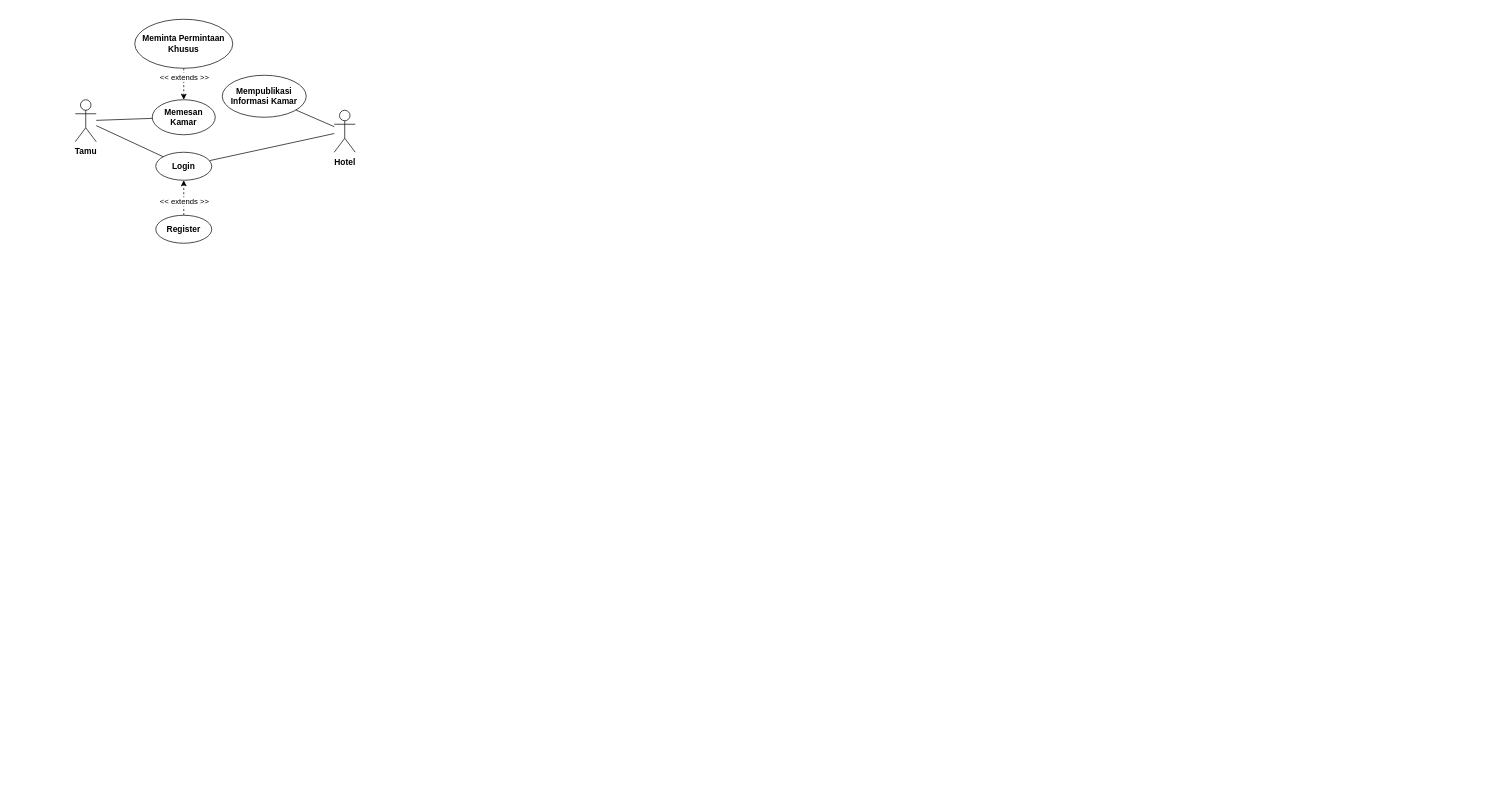
Before: prak6-aps.drawio in ahmrh/diagrams.net, a draw.io diagram. Source tidied: cells renumbered, new cells numbered last; positions are measured from the earlier drawing's top-left corner, leaving out a move shared by most shapes. Both pictures are drawn from the tidied source at 70%, with x=0, y=0 at pixel (75, 19).
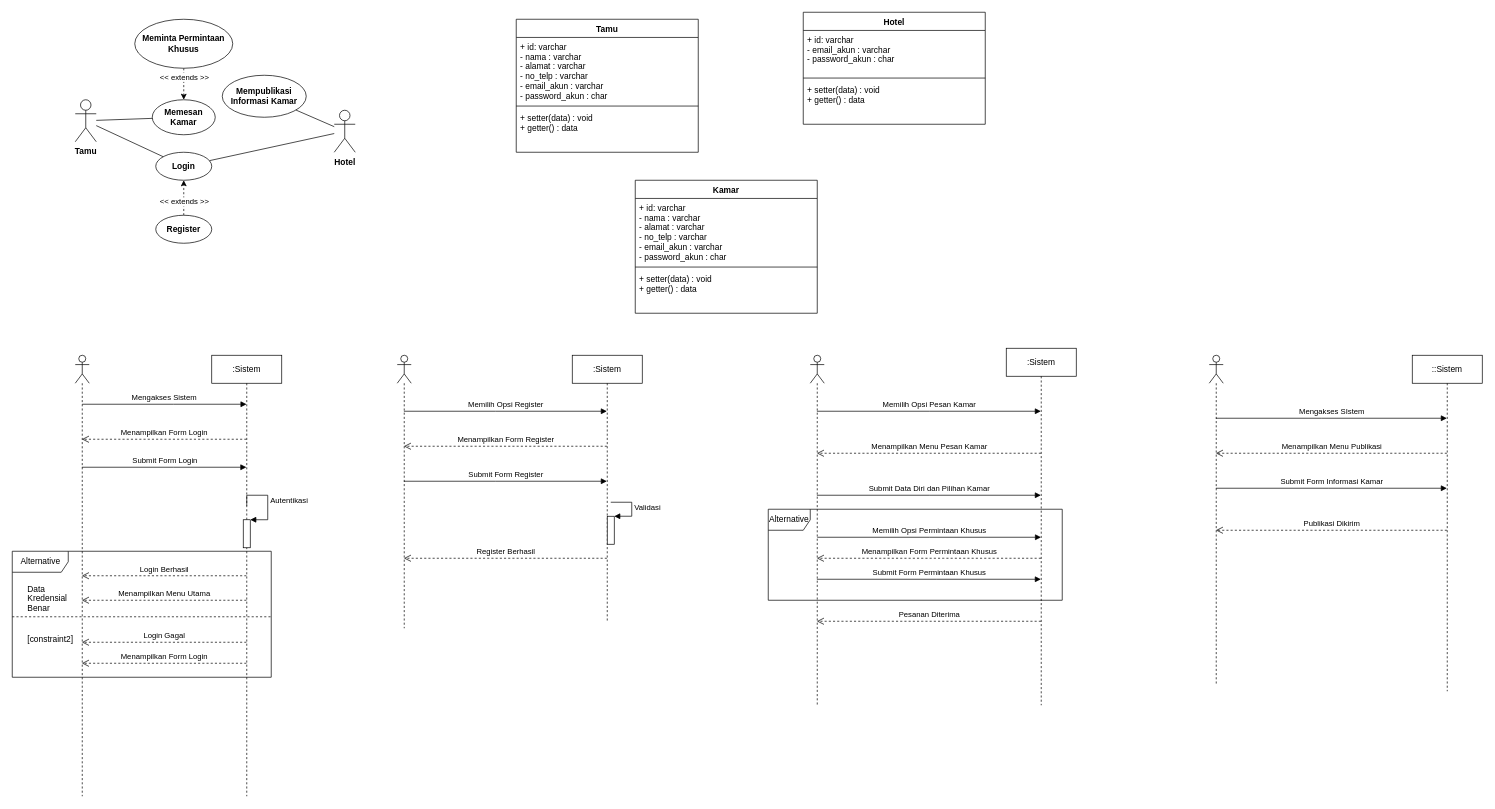
Above is the later version.

Change to the diagram source:
```diff
@@
+    <mxCell id="17" style="shape=umlLifeline;participant=umlActor;perimeter=lifelinePerimeter;whiteSpace=wrap;html=1;verticalAlign=top;spacingTop=36;outlineConnect=0;" parent="1" vertex="1">
+      <mxGeometry y="480" width="20" height="630" as="geometry" />
+    </mxCell>
+    <mxCell id="18" value=":Sistem" style="shape=umlLifeline;perimeter=lifelinePerimeter;whiteSpace=wrap;html=1;outlineConnect=0;" parent="1" vertex="1">
+      <mxGeometry x="195" y="480" width="100" height="630" as="geometry" />
+    </mxCell>
+    <mxCell id="19" style="html=1;points=[];perimeter=orthogonalPerimeter;" parent="18" vertex="1">
+      <mxGeometry x="45" y="235" width="10" height="40" as="geometry" />
+    </mxCell>
+    <mxCell id="20" value="Autentikasi" style="edgeStyle=orthogonalEdgeStyle;html=1;align=left;spacingLeft=2;endArrow=block;rounded=0;entryX=1;entryY=0;" parent="18" edge="1" target="19">
+      <mxGeometry relative="1" as="geometry">
+        <mxPoint x="50" y="215" as="sourcePoint" />
+        <Array as="points">
+          <mxPoint x="50" y="200" />
+          <mxPoint x="80" y="200" />
+          <mxPoint x="80" y="235" />
+        </Array>
+      </mxGeometry>
+    </mxCell>
+    <mxCell id="21" value="Alternative" style="shape=umlFrame;tabWidth=110;tabHeight=30;tabPosition=left;html=1;boundedLbl=1;labelInHeader=1;width=80;height=30;" parent="18" vertex="1">
+      <mxGeometry x="-285" y="280" width="370" height="180" as="geometry" />
+    </mxCell>
+    <mxCell id="22" value="Data&#10;Kredensial &#10;Benar" style="text;" parent="21" vertex="1">
+      <mxGeometry width="60" height="20" relative="1" as="geometry">
+        <mxPoint x="20" y="40" as="offset" />
+      </mxGeometry>
+    </mxCell>
+    <mxCell id="23" value="[constraint2]" style="line;strokeWidth=1;dashed=1;labelPosition=center;verticalLabelPosition=bottom;align=left;verticalAlign=top;spacingLeft=20;spacingTop=15;" parent="21" vertex="1">
+      <mxGeometry y="90" width="370" height="7.2" as="geometry" />
+    </mxCell>
+    <mxCell id="24" value="Submit Form Login" style="html=1;verticalAlign=bottom;endArrow=block;rounded=0;" parent="1" edge="1" source="17" target="18">
+      <mxGeometry relative="1" as="geometry">
+        <Array as="points">
+          <mxPoint x="140" y="640" />
+        </Array>
+      </mxGeometry>
+    </mxCell>
+    <mxCell id="25" value="Login Gagal" style="html=1;verticalAlign=bottom;endArrow=open;dashed=1;endSize=8;rounded=0;" parent="1" edge="1" source="18" target="17">
+      <mxGeometry relative="1" as="geometry">
+        <Array as="points">
+          <mxPoint x="120" y="890" />
+        </Array>
+      </mxGeometry>
+    </mxCell>
+    <mxCell id="26" value="Mengakses Sistem" style="html=1;verticalAlign=bottom;endArrow=block;rounded=0;" parent="1" edge="1">
+      <mxGeometry relative="1" as="geometry">
+        <mxPoint x="10" y="550" as="sourcePoint" />
+        <mxPoint x="244.7" y="550" as="targetPoint" />
+        <Array as="points">
+          <mxPoint x="140.2" y="550" />
+        </Array>
+      </mxGeometry>
+    </mxCell>
+    <mxCell id="27" value="Menampilkan Form Login" style="html=1;verticalAlign=bottom;endArrow=open;dashed=1;endSize=8;rounded=0;" parent="1" edge="1" source="18" target="17">
+      <mxGeometry relative="1" as="geometry">
+        <Array as="points">
+          <mxPoint x="130" y="600" />
+        </Array>
+      </mxGeometry>
+    </mxCell>
+    <mxCell id="28" value="Login Berhasil" style="html=1;verticalAlign=bottom;endArrow=open;dashed=1;endSize=8;rounded=0;" parent="1" edge="1" source="18" target="17">
+      <mxGeometry relative="1" as="geometry" />
+    </mxCell>
+    <mxCell id="29" value="Menampilkan Form Login" style="html=1;verticalAlign=bottom;endArrow=open;dashed=1;endSize=8;rounded=0;" parent="1" edge="1" source="18" target="17">
+      <mxGeometry relative="1" as="geometry">
+        <Array as="points">
+          <mxPoint x="130" y="920" />
+        </Array>
+      </mxGeometry>
+    </mxCell>
+    <mxCell id="30" value="Menampilkan Menu Utama" style="html=1;verticalAlign=bottom;endArrow=open;dashed=1;endSize=8;rounded=0;" parent="1" edge="1" source="18" target="17">
+      <mxGeometry relative="1" as="geometry">
+        <Array as="points">
+          <mxPoint x="140" y="830" />
+        </Array>
+      </mxGeometry>
+    </mxCell>
+    <mxCell id="31" style="shape=umlLifeline;participant=umlActor;perimeter=lifelinePerimeter;whiteSpace=wrap;html=1;verticalAlign=top;spacingTop=36;outlineConnect=0;" parent="1" vertex="1">
+      <mxGeometry x="460" y="480" width="20" height="390" as="geometry" />
+    </mxCell>
+    <mxCell id="32" value=":Sistem" style="shape=umlLifeline;perimeter=lifelinePerimeter;whiteSpace=wrap;html=1;outlineConnect=0;" parent="1" vertex="1">
+      <mxGeometry x="710" y="480" width="100" height="380" as="geometry" />
+    </mxCell>
+    <mxCell id="33" style="html=1;points=[];perimeter=orthogonalPerimeter;" parent="32" vertex="1">
+      <mxGeometry x="50" y="230" width="10" height="40" as="geometry" />
+    </mxCell>
+    <mxCell id="34" value="Validasi" style="edgeStyle=orthogonalEdgeStyle;html=1;align=left;spacingLeft=2;endArrow=block;rounded=0;entryX=1;entryY=0;" parent="32" edge="1" target="33">
+      <mxGeometry relative="1" as="geometry">
+        <mxPoint x="55" y="210" as="sourcePoint" />
+        <Array as="points">
+          <mxPoint x="85" y="210" />
+        </Array>
+      </mxGeometry>
+    </mxCell>
+    <mxCell id="35" value="Memilih Opsi Register" style="html=1;verticalAlign=bottom;endArrow=block;rounded=0;" parent="1" edge="1" source="31" target="32">
+      <mxGeometry relative="1" as="geometry">
+        <Array as="points">
+          <mxPoint x="600.2" y="560" />
+        </Array>
+      </mxGeometry>
+    </mxCell>
+    <mxCell id="36" value="Menampilkan Form Register" style="html=1;verticalAlign=bottom;endArrow=open;dashed=1;endSize=8;rounded=0;" parent="1" edge="1" source="32" target="31">
+      <mxGeometry relative="1" as="geometry">
+        <Array as="points">
+          <mxPoint x="590" y="610" />
+        </Array>
+      </mxGeometry>
+    </mxCell>
+    <mxCell id="37" value="Submit Form Register" style="html=1;verticalAlign=bottom;endArrow=block;rounded=0;" parent="1" edge="1" source="31" target="32">
+      <mxGeometry relative="1" as="geometry">
+        <Array as="points">
+          <mxPoint x="600" y="660" />
+        </Array>
+      </mxGeometry>
+    </mxCell>
+    <mxCell id="38" value="Register Berhasil" style="html=1;verticalAlign=bottom;endArrow=open;dashed=1;endSize=8;rounded=0;" parent="1" edge="1" source="32" target="31">
+      <mxGeometry relative="1" as="geometry">
+        <Array as="points">
+          <mxPoint x="600" y="770" />
+        </Array>
+      </mxGeometry>
+    </mxCell>
+    <mxCell id="39" style="shape=umlLifeline;participant=umlActor;perimeter=lifelinePerimeter;whiteSpace=wrap;html=1;verticalAlign=top;spacingTop=36;outlineConnect=0;" parent="1" vertex="1">
+      <mxGeometry x="1050" y="480" width="20" height="500" as="geometry" />
+    </mxCell>
+    <mxCell id="40" value=":Sistem" style="shape=umlLifeline;perimeter=lifelinePerimeter;whiteSpace=wrap;html=1;outlineConnect=0;" parent="1" vertex="1">
+      <mxGeometry x="1330" y="470" width="100" height="510" as="geometry" />
+    </mxCell>
+    <mxCell id="41" value="Memilih Opsi Pesan Kamar" style="html=1;verticalAlign=bottom;endArrow=block;rounded=0;" parent="1" edge="1" source="39" target="40">
+      <mxGeometry relative="1" as="geometry">
+        <Array as="points">
+          <mxPoint x="1220" y="560" />
+        </Array>
+      </mxGeometry>
+    </mxCell>
+    <mxCell id="42" value="Menampilkan Menu Pesan Kamar" style="html=1;verticalAlign=bottom;endArrow=open;dashed=1;endSize=8;rounded=0;" parent="1" edge="1" source="40" target="39">
+      <mxGeometry relative="1" as="geometry">
+        <Array as="points">
+          <mxPoint x="1230" y="620" />
+        </Array>
+      </mxGeometry>
+    </mxCell>
+    <mxCell id="43" value="Submit Data Diri dan Pilihan Kamar" style="html=1;verticalAlign=bottom;endArrow=block;rounded=0;" parent="1" edge="1" source="39" target="40">
+      <mxGeometry relative="1" as="geometry">
+        <Array as="points">
+          <mxPoint x="1220" y="680" />
+        </Array>
+      </mxGeometry>
+    </mxCell>
+    <mxCell id="44" value="Pesanan Diterima" style="html=1;verticalAlign=bottom;endArrow=open;dashed=1;endSize=8;rounded=0;" parent="1" edge="1" source="40" target="39">
+      <mxGeometry relative="1" as="geometry">
+        <Array as="points">
+          <mxPoint x="1210" y="860" />
+        </Array>
+      </mxGeometry>
+    </mxCell>
+    <mxCell id="45" value="Alternative" style="shape=umlFrame;whiteSpace=wrap;html=1;" parent="1" vertex="1">
+      <mxGeometry x="990" y="700" width="420" height="130" as="geometry" />
+    </mxCell>
+    <mxCell id="46" value="Memilih Opsi Permintaan Khusus" style="html=1;verticalAlign=bottom;endArrow=block;rounded=0;" parent="1" edge="1">
+      <mxGeometry relative="1" as="geometry">
+        <mxPoint x="1060" y="740" as="sourcePoint" />
+        <mxPoint x="1379.7" y="740" as="targetPoint" />
+        <Array as="points">
+          <mxPoint x="1220.2" y="740" />
+        </Array>
+      </mxGeometry>
+    </mxCell>
+    <mxCell id="47" value="Menampilkan Form Permintaan Khusus" style="html=1;verticalAlign=bottom;endArrow=open;dashed=1;endSize=8;rounded=0;" parent="1" edge="1" source="40" target="39">
+      <mxGeometry relative="1" as="geometry">
+        <Array as="points">
+          <mxPoint x="1240" y="770" />
+        </Array>
+      </mxGeometry>
+    </mxCell>
+    <mxCell id="48" value="Submit Form Permintaan Khusus" style="html=1;verticalAlign=bottom;endArrow=block;rounded=0;" parent="1" edge="1" source="39" target="40">
+      <mxGeometry relative="1" as="geometry">
+        <Array as="points">
+          <mxPoint x="1230" y="800" />
+        </Array>
+      </mxGeometry>
+    </mxCell>
+    <mxCell id="49" style="shape=umlLifeline;participant=umlActor;perimeter=lifelinePerimeter;whiteSpace=wrap;html=1;verticalAlign=top;spacingTop=36;outlineConnect=0;" parent="1" vertex="1">
+      <mxGeometry x="1620" y="480" width="20" height="470" as="geometry" />
+    </mxCell>
+    <mxCell id="50" value="::Sistem" style="shape=umlLifeline;perimeter=lifelinePerimeter;whiteSpace=wrap;html=1;outlineConnect=0;" parent="1" vertex="1">
+      <mxGeometry x="1910" y="480" width="100" height="480" as="geometry" />
+    </mxCell>
+    <mxCell id="51" value="Mengakses SIstem" style="html=1;verticalAlign=bottom;endArrow=block;rounded=0;" parent="1" edge="1" source="49" target="50">
+      <mxGeometry relative="1" as="geometry">
+        <Array as="points">
+          <mxPoint x="1780" y="570" />
+        </Array>
+      </mxGeometry>
+    </mxCell>
+    <mxCell id="52" value="Menampilkan Menu Publikasi" style="html=1;verticalAlign=bottom;endArrow=open;dashed=1;endSize=8;rounded=0;" parent="1" edge="1" source="50" target="49">
+      <mxGeometry relative="1" as="geometry">
+        <Array as="points">
+          <mxPoint x="1800.5" y="620" />
+        </Array>
+      </mxGeometry>
+    </mxCell>
+    <mxCell id="53" value="Submit Form Informasi Kamar" style="html=1;verticalAlign=bottom;endArrow=block;rounded=0;" parent="1" edge="1" source="49" target="50">
+      <mxGeometry relative="1" as="geometry">
+        <Array as="points">
+          <mxPoint x="1790" y="670" />
+        </Array>
+      </mxGeometry>
+    </mxCell>
+    <mxCell id="54" value="Publikasi Dikirim" style="html=1;verticalAlign=bottom;endArrow=open;dashed=1;endSize=8;rounded=0;" parent="1" edge="1" source="50" target="49">
+      <mxGeometry relative="1" as="geometry">
+        <Array as="points">
+          <mxPoint x="1800" y="730" />
+        </Array>
+      </mxGeometry>
+    </mxCell>
+    <mxCell id="55" value="Tamu" style="swimlane;fontStyle=1;align=center;verticalAlign=top;horizontal=1;startSize=26;" parent="1" vertex="1">
+      <mxGeometry x="630" width="260" height="190" as="geometry" />
+    </mxCell>
+    <mxCell id="56" value="+ id: varchar&#10;- nama : varchar&#10;- alamat : varchar&#10;- no_telp : varchar&#10;- email_akun : varchar&#10;- password_akun : char" style="text;strokeColor=none;fillColor=none;align=left;verticalAlign=top;spacingLeft=4;spacingRight=4;overflow=hidden;" parent="55" vertex="1">
+      <mxGeometry y="26" width="260" height="94" as="geometry" />
+    </mxCell>
+    <mxCell id="57" style="line;strokeWidth=1;fillColor=none;align=left;verticalAlign=middle;spacingTop=-1;spacingLeft=3;spacingRight=3;labelPosition=right;" parent="55" vertex="1">
+      <mxGeometry y="120" width="260" height="8" as="geometry" />
+    </mxCell>
+    <mxCell id="58" value="+ setter(data) : void&#10;+ getter() : data" style="text;strokeColor=none;fillColor=none;align=left;verticalAlign=top;spacingLeft=4;spacingRight=4;overflow=hidden;" parent="55" vertex="1">
+      <mxGeometry y="128" width="260" height="62" as="geometry" />
+    </mxCell>
+    <mxCell id="59" value="Hotel" style="swimlane;fontStyle=1;align=center;verticalAlign=top;horizontal=1;startSize=26;" parent="1" vertex="1">
+      <mxGeometry x="1040" y="-10" width="260" height="160" as="geometry" />
+    </mxCell>
+    <mxCell id="60" value="+ id: varchar&#10;- email_akun : varchar&#10;- password_akun : char" style="text;strokeColor=none;fillColor=none;align=left;verticalAlign=top;spacingLeft=4;spacingRight=4;overflow=hidden;" parent="59" vertex="1">
+      <mxGeometry y="26" width="260" height="64" as="geometry" />
+    </mxCell>
+    <mxCell id="61" style="line;strokeWidth=1;fillColor=none;align=left;verticalAlign=middle;spacingTop=-1;spacingLeft=3;spacingRight=3;labelPosition=right;" parent="59" vertex="1">
+      <mxGeometry y="90" width="260" height="8" as="geometry" />
+    </mxCell>
+    <mxCell id="62" value="+ setter(data) : void&#10;+ getter() : data" style="text;strokeColor=none;fillColor=none;align=left;verticalAlign=top;spacingLeft=4;spacingRight=4;overflow=hidden;" parent="59" vertex="1">
+      <mxGeometry y="98" width="260" height="62" as="geometry" />
+    </mxCell>
+    <mxCell id="63" value="Kamar" style="swimlane;fontStyle=1;align=center;verticalAlign=top;horizontal=1;startSize=26;" parent="1" vertex="1">
+      <mxGeometry x="800" y="230" width="260" height="190" as="geometry" />
+    </mxCell>
+    <mxCell id="64" value="+ id: varchar&#10;- nama : varchar&#10;- alamat : varchar&#10;- no_telp : varchar&#10;- email_akun : varchar&#10;- password_akun : char" style="text;strokeColor=none;fillColor=none;align=left;verticalAlign=top;spacingLeft=4;spacingRight=4;overflow=hidden;" parent="63" vertex="1">
+      <mxGeometry y="26" width="260" height="94" as="geometry" />
+    </mxCell>
+    <mxCell id="65" style="line;strokeWidth=1;fillColor=none;align=left;verticalAlign=middle;spacingTop=-1;spacingLeft=3;spacingRight=3;labelPosition=right;" parent="63" vertex="1">
+      <mxGeometry y="120" width="260" height="8" as="geometry" />
+    </mxCell>
+    <mxCell id="66" value="+ setter(data) : void&#10;+ getter() : data" style="text;strokeColor=none;fillColor=none;align=left;verticalAlign=top;spacingLeft=4;spacingRight=4;overflow=hidden;" parent="63" vertex="1">
+      <mxGeometry y="128" width="260" height="62" as="geometry" />
+    </mxCell>
```
